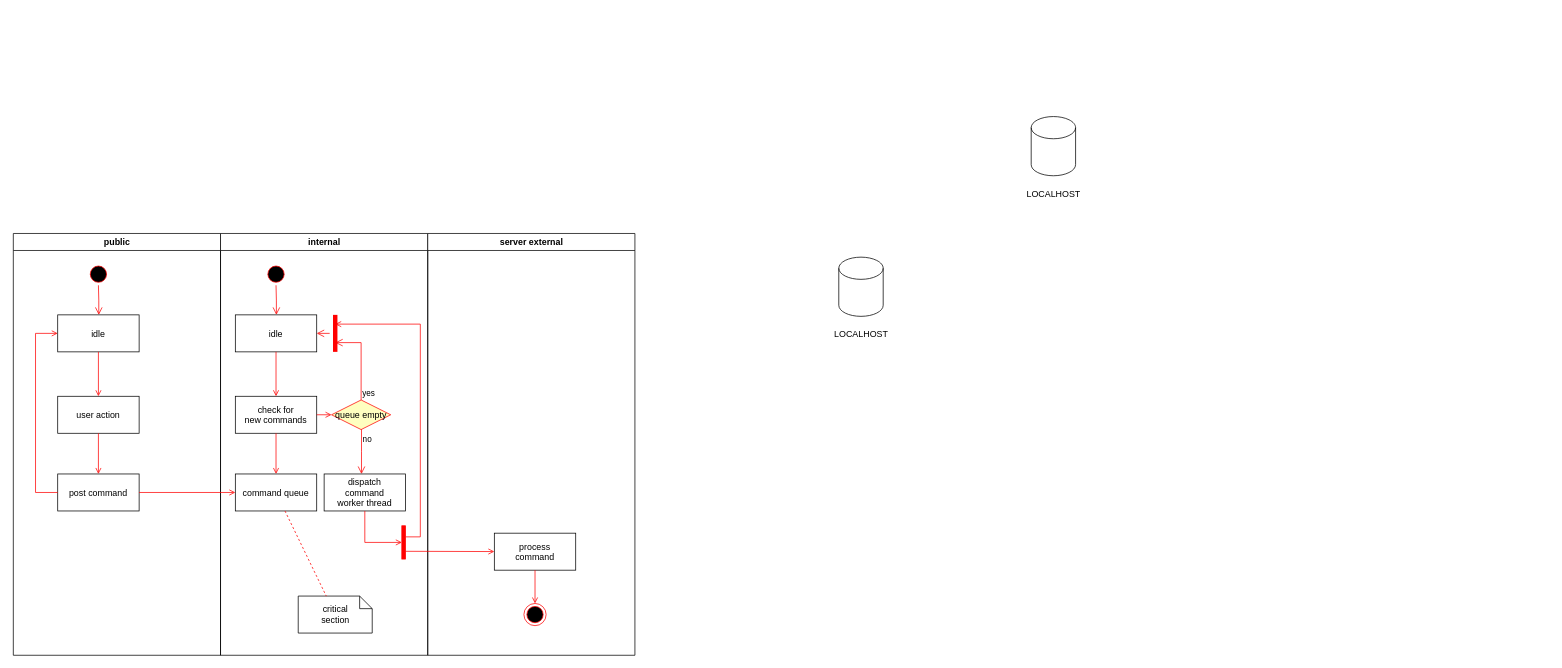
Before: ducuments/FLOWCHART/PUERICULTURE.drawio in ManCoders/puericulture-man, a draw.io diagram. Source tidied: cells renumbered, new cells numbered last; positions are measured from the earlier drawing's top-left corner, leaving out a move shared by most shapes. Both pictures are drawn from the tidied source at 74%, with x=0, y=0 at pixel (13, 116).
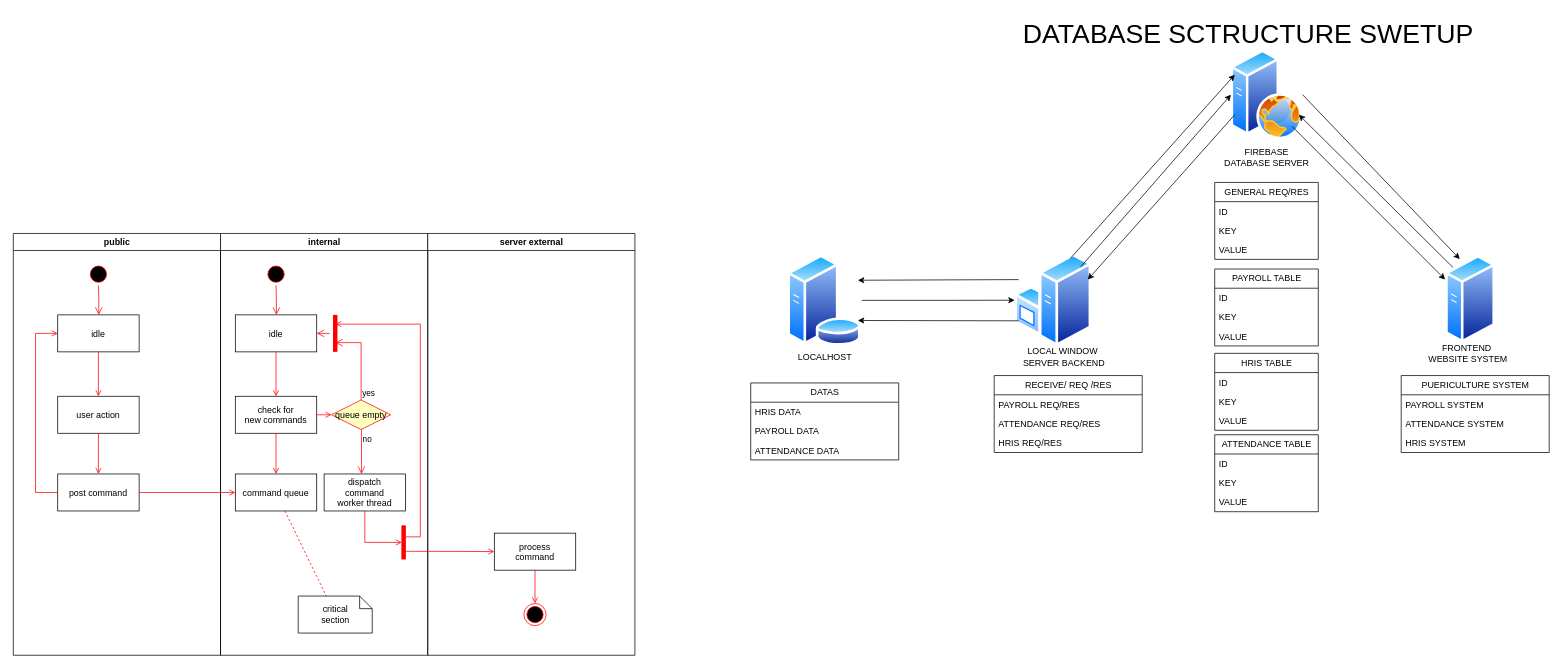
After the change.

Change to the diagram source:
```diff
@@
-    <mxCell id="37" style="shape=cylinder3;whiteSpace=wrap;html=1;boundedLbl=1;backgroundOutline=1;size=15;" parent="1" vertex="1">
-      <mxGeometry x="1116" y="190" width="60" height="80" as="geometry" />
-    </mxCell>
     <mxCell id="38" value="LOCALHOST" style="text;html=1;align=center;verticalAlign=middle;strokeColor=none;fillColor=none;" parent="1" vertex="1">
-      <mxGeometry x="1096" y="280" width="100" height="30" as="geometry" />
+      <mxGeometry x="1047" y="310" width="100" height="30" as="geometry" />
     </mxCell>
-    <mxCell id="39" style="shape=cylinder3;whiteSpace=wrap;html=1;boundedLbl=1;backgroundOutline=1;size=15;" parent="1" vertex="1">
-      <mxGeometry x="1376" width="60" height="80" as="geometry" />
-    </mxCell>
+    <mxCell id="41" style="edgeStyle=orthogonalEdgeStyle;rounded=0;jettySize=auto;html=1;exitX=1;exitY=0.5;exitDx=0;exitDy=0;entryX=0;entryY=0.5;entryDx=0;entryDy=0;" parent="1" edge="1" source="42" target="46">
+      <mxGeometry relative="1" as="geometry" />
+    </mxCell>
+    <mxCell id="42" style="image;perimeter=ellipsePerimeter;html=1;align=center;shadow=0;dashed=0;spacingTop=3;image=img/lib/active_directory/database_server.svg;" parent="1" vertex="1">
+      <mxGeometry x="1046" y="186.8" width="101" height="123.2" as="geometry" />
+    </mxCell>
+    <mxCell id="43" style="group;" parent="1" vertex="1">
+      <mxGeometry x="1646" y="-90" width="118.4" height="165" as="geometry" />
+    </mxCell>
-    <mxCell id="40" value="LOCALHOST" style="text;html=1;align=center;verticalAlign=middle;strokeColor=none;fillColor=none;" parent="1" vertex="1">
-      <mxGeometry x="1356" y="90" width="100" height="30" as="geometry" />
+    <mxCell id="40" value="FIREBASE&lt;div&gt;DATABASE SERVER&lt;/div&gt;" style="text;html=1;align=center;verticalAlign=middle;strokeColor=none;fillColor=none;" parent="43" vertex="1">
+      <mxGeometry x="-21.6" y="125" width="140" height="40" as="geometry" />
     </mxCell>
+    <mxCell id="44" style="image;perimeter=ellipsePerimeter;html=1;align=center;shadow=0;dashed=0;spacingTop=3;image=img/lib/active_directory/web_server.svg;" parent="43" vertex="1">
+      <mxGeometry width="96.8" height="121" as="geometry" />
+    </mxCell>
+    <mxCell id="45" style="group;" parent="1" vertex="1">
+      <mxGeometry x="1353.7" y="184.8" width="131.4" height="160" as="geometry" />
+    </mxCell>
+    <mxCell id="46" style="image;perimeter=ellipsePerimeter;html=1;align=center;shadow=0;dashed=0;spacingTop=3;image=img/lib/active_directory/windows_server.svg;" parent="45" vertex="1">
+      <mxGeometry width="104" height="126.8" as="geometry" />
+    </mxCell>
+    <mxCell id="47" value="LOCAL WINDOW&amp;nbsp;&lt;div&gt;SERVER&amp;nbsp;&lt;span style=&quot;background-color: transparent; color: light-dark(rgb(0, 0, 0), rgb(255, 255, 255));&quot;&gt;BACKEND&lt;/span&gt;&lt;/div&gt;" style="text;html=1;align=center;verticalAlign=middle;strokeColor=none;fillColor=none;" parent="45" vertex="1">
+      <mxGeometry x="1.4" y="120" width="130" height="40" as="geometry" />
+    </mxCell>
+    <mxCell id="48" style="rounded=0;jettySize=auto;html=1;exitX=0;exitY=0;exitDx=0;exitDy=0;entryX=1;entryY=0.75;entryDx=0;entryDy=0;" parent="1" edge="1" source="49" target="44">
+      <mxGeometry relative="1" as="geometry" />
+    </mxCell>
+    <mxCell id="49" style="image;perimeter=ellipsePerimeter;html=1;align=center;shadow=0;dashed=0;spacingTop=3;image=img/lib/active_directory/generic_server.svg;" parent="1" vertex="1">
+      <mxGeometry x="1936" y="186.8" width="67.2" height="120" as="geometry" />
+    </mxCell>
+    <mxCell id="50" value="FRONTEND&amp;nbsp;&lt;div&gt;WEBSITE SYSTEM&lt;/div&gt;" style="text;html=1;align=center;verticalAlign=middle;strokeColor=none;fillColor=none;" parent="1" vertex="1">
+      <mxGeometry x="1901" y="300" width="130" height="40" as="geometry" />
+    </mxCell>
+    <mxCell id="51" style="rounded=0;jettySize=auto;html=1;exitX=0;exitY=0.75;exitDx=0;exitDy=0;entryX=1;entryY=0.75;entryDx=0;entryDy=0;" parent="1" edge="1" source="46" target="42">
+      <mxGeometry relative="1" as="geometry" />
+    </mxCell>
+    <mxCell id="52" style="rounded=0;jettySize=auto;html=1;exitX=1;exitY=0;exitDx=0;exitDy=0;entryX=0;entryY=0.5;entryDx=0;entryDy=0;" parent="1" edge="1" source="46" target="44">
+      <mxGeometry relative="1" as="geometry" />
+    </mxCell>
+    <mxCell id="53" style="rounded=0;jettySize=auto;html=1;exitX=0;exitY=0.75;exitDx=0;exitDy=0;entryX=1;entryY=0.25;entryDx=0;entryDy=0;" parent="1" edge="1" source="44" target="46">
+      <mxGeometry relative="1" as="geometry" />
+    </mxCell>
+    <mxCell id="54" style="rounded=0;jettySize=auto;html=1;exitX=1;exitY=0.5;exitDx=0;exitDy=0;entryX=0.25;entryY=0;entryDx=0;entryDy=0;" parent="1" edge="1" source="44" target="49">
+      <mxGeometry relative="1" as="geometry" />
+    </mxCell>
+    <mxCell id="55" value="PUERICULTURE SYSTEM" style="swimlane;fontStyle=0;horizontal=1;startSize=26;fillColor=none;html=1;" parent="1" vertex="1">
+      <mxGeometry x="1876" y="350" width="200" height="104" as="geometry" />
+    </mxCell>
+    <mxCell id="56" value="PAYROLL SYSTEM" style="text;strokeColor=none;fillColor=none;align=left;verticalAlign=top;spacingLeft=4;spacingRight=4;overflow=hidden;whiteSpace=wrap;html=1;" parent="55" vertex="1">
+      <mxGeometry y="26" width="200" height="26" as="geometry" />
+    </mxCell>
+    <mxCell id="57" value="ATTENDANCE SYSTEM" style="text;strokeColor=none;fillColor=none;align=left;verticalAlign=top;spacingLeft=4;spacingRight=4;overflow=hidden;whiteSpace=wrap;html=1;" parent="55" vertex="1">
+      <mxGeometry y="52" width="200" height="26" as="geometry" />
+    </mxCell>
+    <mxCell id="58" value="HRIS SYSTEM" style="text;strokeColor=none;fillColor=none;align=left;verticalAlign=top;spacingLeft=4;spacingRight=4;overflow=hidden;whiteSpace=wrap;html=1;" parent="55" vertex="1">
+      <mxGeometry y="78" width="200" height="26" as="geometry" />
+    </mxCell>
+    <mxCell id="59" value="GENERAL REQ/RES" style="swimlane;fontStyle=0;horizontal=1;startSize=26;fillColor=none;html=1;" parent="1" vertex="1">
+      <mxGeometry x="1624" y="89" width="140" height="104" as="geometry" />
+    </mxCell>
+    <mxCell id="60" value="ID" style="text;strokeColor=none;fillColor=none;align=left;verticalAlign=top;spacingLeft=4;spacingRight=4;overflow=hidden;whiteSpace=wrap;html=1;" parent="59" vertex="1">
+      <mxGeometry y="26" width="140" height="26" as="geometry" />
+    </mxCell>
+    <mxCell id="61" value="KEY" style="text;strokeColor=none;fillColor=none;align=left;verticalAlign=top;spacingLeft=4;spacingRight=4;overflow=hidden;whiteSpace=wrap;html=1;" parent="59" vertex="1">
+      <mxGeometry y="52" width="140" height="26" as="geometry" />
+    </mxCell>
+    <mxCell id="62" value="VALUE" style="text;strokeColor=none;fillColor=none;align=left;verticalAlign=top;spacingLeft=4;spacingRight=4;overflow=hidden;whiteSpace=wrap;html=1;" parent="59" vertex="1">
+      <mxGeometry y="78" width="140" height="26" as="geometry" />
+    </mxCell>
+    <mxCell id="63" style="rounded=0;jettySize=auto;html=1;exitX=1;exitY=1;exitDx=0;exitDy=0;entryX=-0.009;entryY=0.279;entryDx=0;entryDy=0;entryPerimeter=0;" parent="1" edge="1" source="44" target="49">
+      <mxGeometry relative="1" as="geometry" />
+    </mxCell>
+    <mxCell id="64" style="rounded=0;jettySize=auto;html=1;exitX=0.75;exitY=0;exitDx=0;exitDy=0;entryX=0;entryY=0.25;entryDx=0;entryDy=0;" parent="1" edge="1" source="46" target="44">
+      <mxGeometry relative="1" as="geometry" />
+    </mxCell>
+    <mxCell id="65" style="rounded=0;jettySize=auto;html=1;exitX=0;exitY=0.25;exitDx=0;exitDy=0;entryX=1;entryY=0.25;entryDx=0;entryDy=0;" parent="1" edge="1" source="46" target="42">
+      <mxGeometry relative="1" as="geometry" />
+    </mxCell>
+    <mxCell id="66" value="RECEIVE/ REQ /RES" style="swimlane;fontStyle=0;horizontal=1;startSize=26;fillColor=none;html=1;" parent="1" vertex="1">
+      <mxGeometry x="1326" y="350" width="200" height="104" as="geometry" />
+    </mxCell>
+    <mxCell id="67" value="PAYROLL REQ/RES" style="text;strokeColor=none;fillColor=none;align=left;verticalAlign=top;spacingLeft=4;spacingRight=4;overflow=hidden;whiteSpace=wrap;html=1;" parent="66" vertex="1">
+      <mxGeometry y="26" width="200" height="26" as="geometry" />
+    </mxCell>
+    <mxCell id="68" value="ATTENDANCE REQ/RES" style="text;strokeColor=none;fillColor=none;align=left;verticalAlign=top;spacingLeft=4;spacingRight=4;overflow=hidden;whiteSpace=wrap;html=1;" parent="66" vertex="1">
+      <mxGeometry y="52" width="200" height="26" as="geometry" />
+    </mxCell>
+    <mxCell id="69" value="HRIS REQ/RES" style="text;strokeColor=none;fillColor=none;align=left;verticalAlign=top;spacingLeft=4;spacingRight=4;overflow=hidden;whiteSpace=wrap;html=1;" parent="66" vertex="1">
+      <mxGeometry y="78" width="200" height="26" as="geometry" />
+    </mxCell>
+    <mxCell id="70" value="PAYROLL TABLE" style="swimlane;fontStyle=0;horizontal=1;startSize=26;fillColor=none;html=1;" parent="1" vertex="1">
+      <mxGeometry x="1624" y="206" width="140" height="104" as="geometry" />
+    </mxCell>
+    <mxCell id="71" value="ID" style="text;strokeColor=none;fillColor=none;align=left;verticalAlign=top;spacingLeft=4;spacingRight=4;overflow=hidden;whiteSpace=wrap;html=1;" parent="70" vertex="1">
+      <mxGeometry y="26" width="140" height="26" as="geometry" />
+    </mxCell>
+    <mxCell id="72" value="KEY" style="text;strokeColor=none;fillColor=none;align=left;verticalAlign=top;spacingLeft=4;spacingRight=4;overflow=hidden;whiteSpace=wrap;html=1;" parent="70" vertex="1">
+      <mxGeometry y="52" width="140" height="26" as="geometry" />
+    </mxCell>
+    <mxCell id="73" value="VALUE" style="text;strokeColor=none;fillColor=none;align=left;verticalAlign=top;spacingLeft=4;spacingRight=4;overflow=hidden;whiteSpace=wrap;html=1;" parent="70" vertex="1">
+      <mxGeometry y="78" width="140" height="26" as="geometry" />
+    </mxCell>
+    <mxCell id="74" value="HRIS TABLE" style="swimlane;fontStyle=0;horizontal=1;startSize=26;fillColor=none;html=1;" parent="1" vertex="1">
+      <mxGeometry x="1624" y="320" width="140" height="104" as="geometry" />
+    </mxCell>
+    <mxCell id="75" value="ID" style="text;strokeColor=none;fillColor=none;align=left;verticalAlign=top;spacingLeft=4;spacingRight=4;overflow=hidden;whiteSpace=wrap;html=1;" parent="74" vertex="1">
+      <mxGeometry y="26" width="140" height="26" as="geometry" />
+    </mxCell>
+    <mxCell id="76" value="KEY" style="text;strokeColor=none;fillColor=none;align=left;verticalAlign=top;spacingLeft=4;spacingRight=4;overflow=hidden;whiteSpace=wrap;html=1;" parent="74" vertex="1">
+      <mxGeometry y="52" width="140" height="26" as="geometry" />
+    </mxCell>
+    <mxCell id="77" value="VALUE" style="text;strokeColor=none;fillColor=none;align=left;verticalAlign=top;spacingLeft=4;spacingRight=4;overflow=hidden;whiteSpace=wrap;html=1;" parent="74" vertex="1">
+      <mxGeometry y="78" width="140" height="26" as="geometry" />
+    </mxCell>
+    <mxCell id="78" value="ATTENDANCE TABLE" style="swimlane;fontStyle=0;horizontal=1;startSize=26;fillColor=none;html=1;" parent="1" vertex="1">
+      <mxGeometry x="1624" y="430" width="140" height="104" as="geometry" />
+    </mxCell>
+    <mxCell id="79" value="ID" style="text;strokeColor=none;fillColor=none;align=left;verticalAlign=top;spacingLeft=4;spacingRight=4;overflow=hidden;whiteSpace=wrap;html=1;" parent="78" vertex="1">
+      <mxGeometry y="26" width="140" height="26" as="geometry" />
+    </mxCell>
+    <mxCell id="80" value="KEY" style="text;strokeColor=none;fillColor=none;align=left;verticalAlign=top;spacingLeft=4;spacingRight=4;overflow=hidden;whiteSpace=wrap;html=1;" parent="78" vertex="1">
+      <mxGeometry y="52" width="140" height="26" as="geometry" />
+    </mxCell>
+    <mxCell id="81" value="VALUE" style="text;strokeColor=none;fillColor=none;align=left;verticalAlign=top;spacingLeft=4;spacingRight=4;overflow=hidden;whiteSpace=wrap;html=1;" parent="78" vertex="1">
+      <mxGeometry y="78" width="140" height="26" as="geometry" />
+    </mxCell>
+    <mxCell id="82" value="DATAS" style="swimlane;fontStyle=0;horizontal=1;startSize=26;fillColor=none;html=1;" parent="1" vertex="1">
+      <mxGeometry x="997" y="360" width="200" height="104" as="geometry" />
+    </mxCell>
+    <mxCell id="83" value="HRIS DATA" style="text;strokeColor=none;fillColor=none;align=left;verticalAlign=top;spacingLeft=4;spacingRight=4;overflow=hidden;whiteSpace=wrap;html=1;" parent="82" vertex="1">
+      <mxGeometry y="26" width="200" height="26" as="geometry" />
+    </mxCell>
+    <mxCell id="84" value="PAYROLL DATA" style="text;strokeColor=none;fillColor=none;align=left;verticalAlign=top;spacingLeft=4;spacingRight=4;overflow=hidden;whiteSpace=wrap;html=1;" parent="82" vertex="1">
+      <mxGeometry y="52" width="200" height="26" as="geometry" />
+    </mxCell>
+    <mxCell id="85" value="ATTENDANCE DATA" style="text;strokeColor=none;fillColor=none;align=left;verticalAlign=top;spacingLeft=4;spacingRight=4;overflow=hidden;whiteSpace=wrap;html=1;" parent="82" vertex="1">
+      <mxGeometry y="78" width="200" height="26" as="geometry" />
+    </mxCell>
+    <mxCell id="86" value="&lt;font style=&quot;font-size: 36px;&quot;&gt;DATABASE SCTRUCTURE SWETUP&lt;/font&gt;&lt;div&gt;&lt;br&gt;&lt;/div&gt;" style="text;html=1;align=center;verticalAlign=middle;strokeColor=none;fillColor=none;" parent="1" vertex="1">
+      <mxGeometry x="1353.7" y="-140" width="630" height="70" as="geometry" />
+    </mxCell>
```
